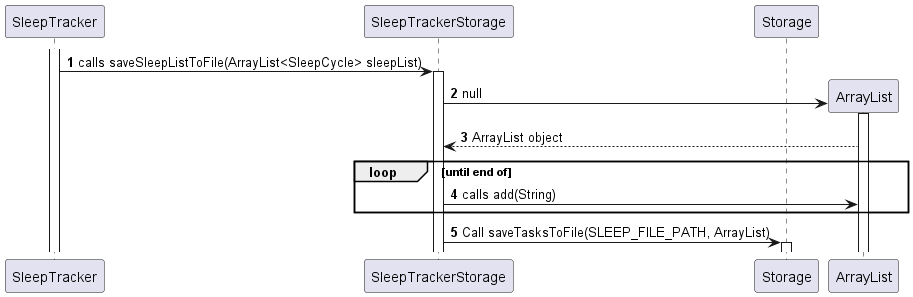
The PlantUML diagram docs/diagrams/storage/StorageSequenceSleep.png in AY2324S2-CS2113-T11-1/tp, before a commit. Its source is kept beside it as docs/diagrams/storage/StorageSequenceSleep.puml.
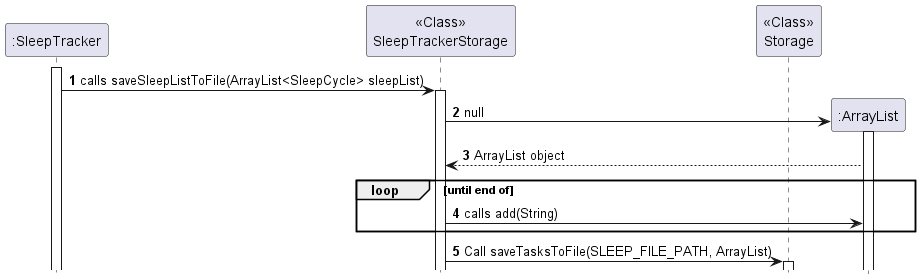
Above is the later version.

Commit message:
Update Designer Guide for Storage class

The edit, as a diff of the source:
```diff
@@ -2,10 +2,10 @@
 
 autonumber
 
-participant SleepTracker
-participant SleepTrackerStorage
-participant Storage
-participant ArrayList
+participant ":SleepTracker" as SleepTracker
+participant "<<Class>>\nSleepTrackerStorage" as SleepTrackerStorage
+participant "<<Class>>\nStorage" as Storage
+participant ":ArrayList" as ArrayList
 
 activate SleepTracker
 SleepTracker -> SleepTrackerStorage: calls saveSleepListToFile(ArrayList<SleepCycle> sleepList)
```
